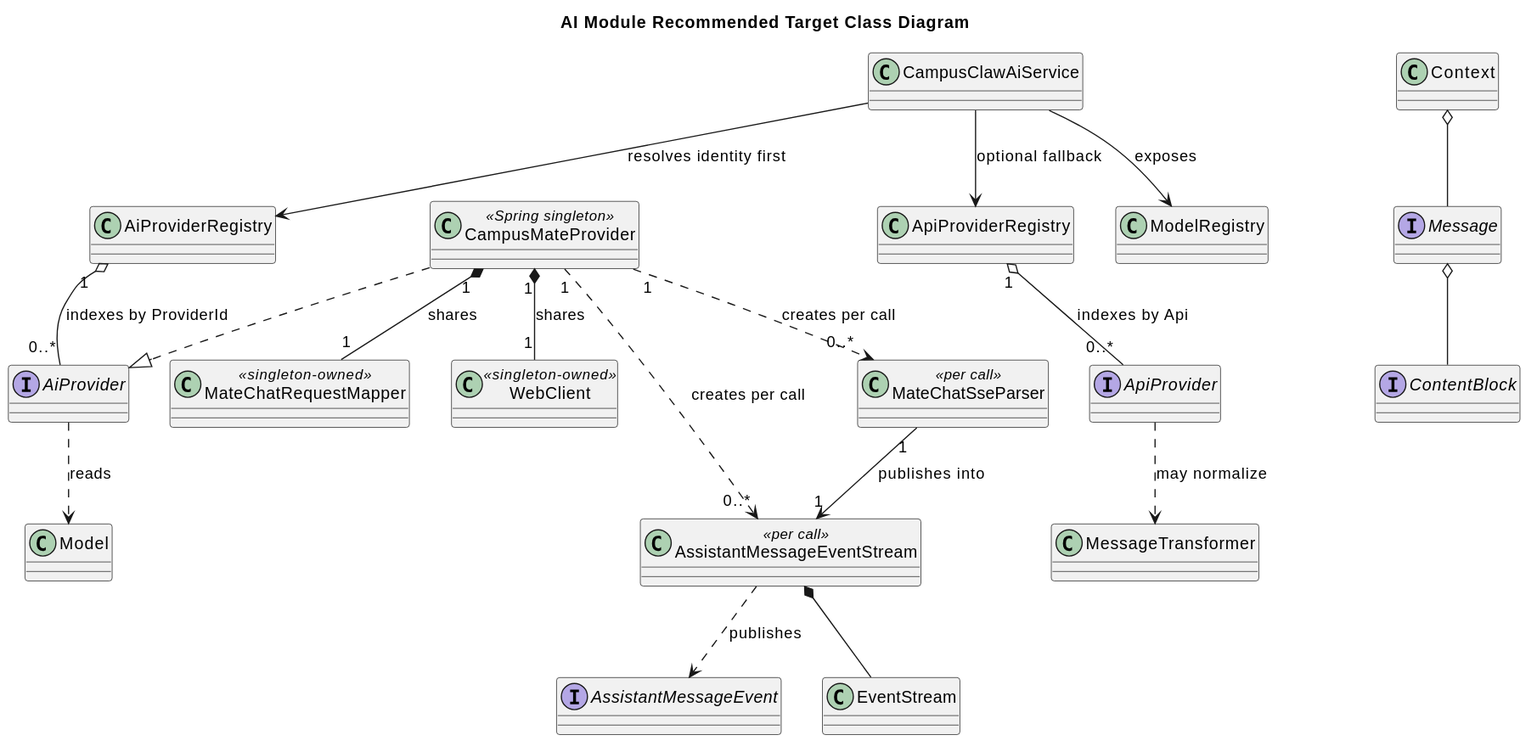
Earlier version of the PlantUML export docs/designs/ai/core-classes.svg (2862282695gjh-afk/pi-mono-java).
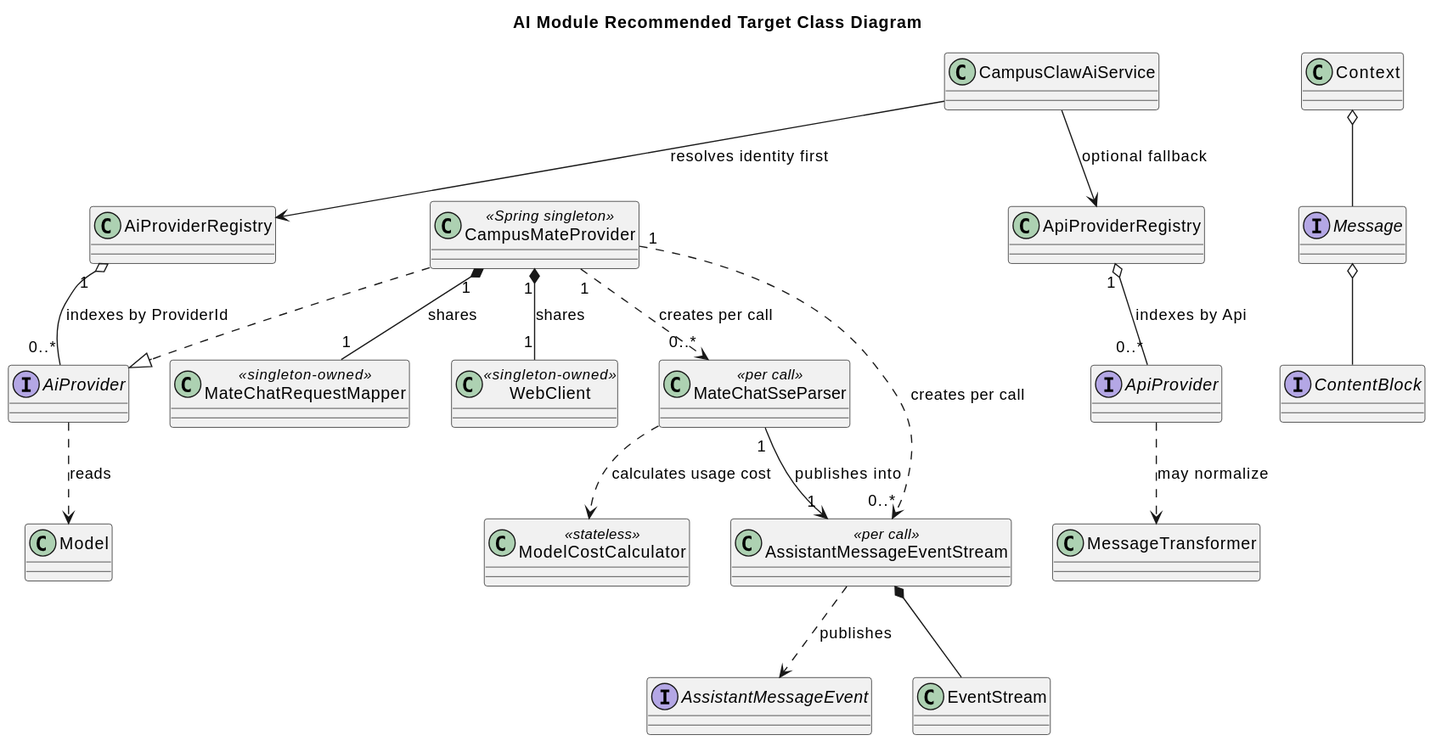
The same diagram one commit later.

What changed in the source:
```diff
@@ -9,7 +9,7 @@
 class CampusMateProvider <<Spring singleton>>
 interface ApiProvider
 class ApiProviderRegistry
-class ModelRegistry
+class ModelCostCalculator <<stateless>>
 class MateChatRequestMapper <<singleton-owned>>
 class WebClient <<singleton-owned>>
 class MateChatSseParser <<per call>>
@@ -24,7 +24,6 @@
 
 CampusClawAiService --> AiProviderRegistry : resolves identity first
 CampusClawAiService --> ApiProviderRegistry : optional fallback
-CampusClawAiService --> ModelRegistry : exposes
 AiProviderRegistry "1" o-- "0..*" AiProvider : indexes by ProviderId
 CampusMateProvider ..|> AiProvider
 ApiProviderRegistry "1" o-- "0..*" ApiProvider : indexes by Api
@@ -33,6 +32,7 @@
 CampusMateProvider "1" ..> "0..*" MateChatSseParser : creates per call
 CampusMateProvider "1" ..> "0..*" AssistantMessageEventStream : creates per call
 MateChatSseParser "1" --> "1" AssistantMessageEventStream : publishes into
+MateChatSseParser ..> ModelCostCalculator : calculates usage cost
 AssistantMessageEventStream *-- EventStream
 AssistantMessageEventStream ..> AssistantMessageEvent : publishes
 Context o-- Message
```
